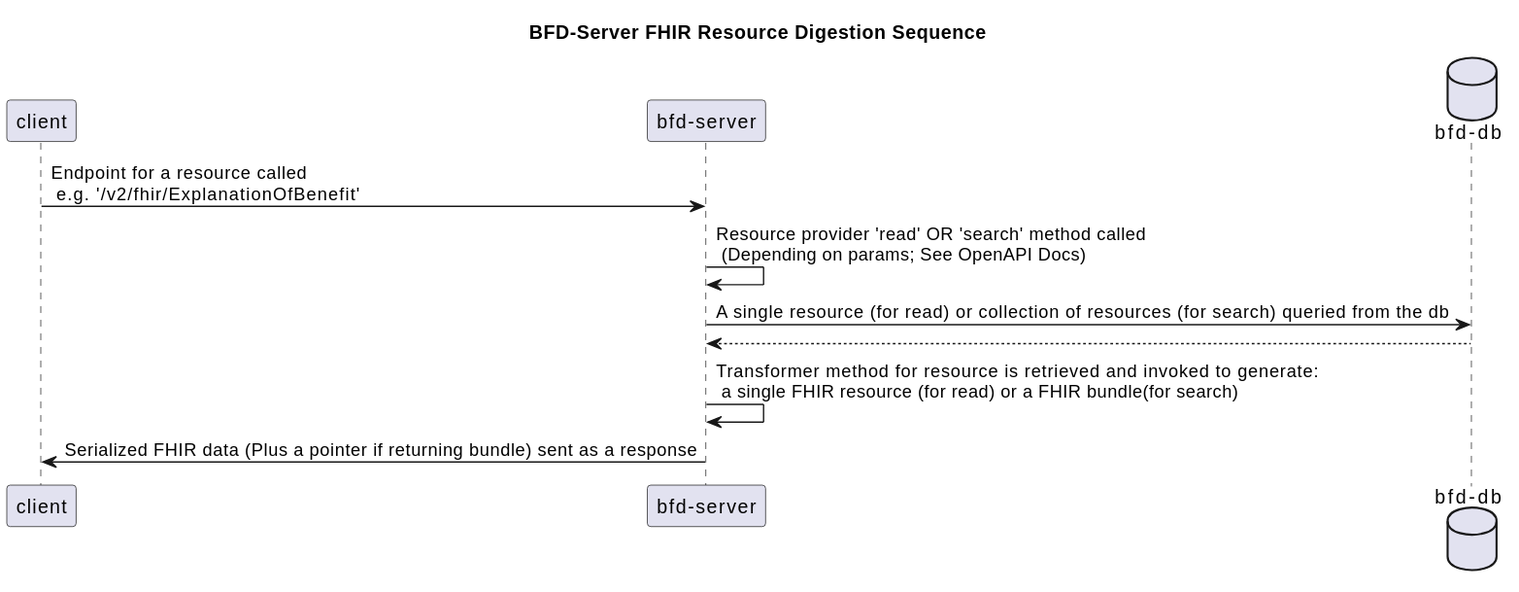
This is docs/assets/fhir-resource-ingestion-digestion-diagrams/bfd-resource-digestion.svg from CMSgov/beneficiary-fhir-data, a PlantUML export, as it was before one commit.
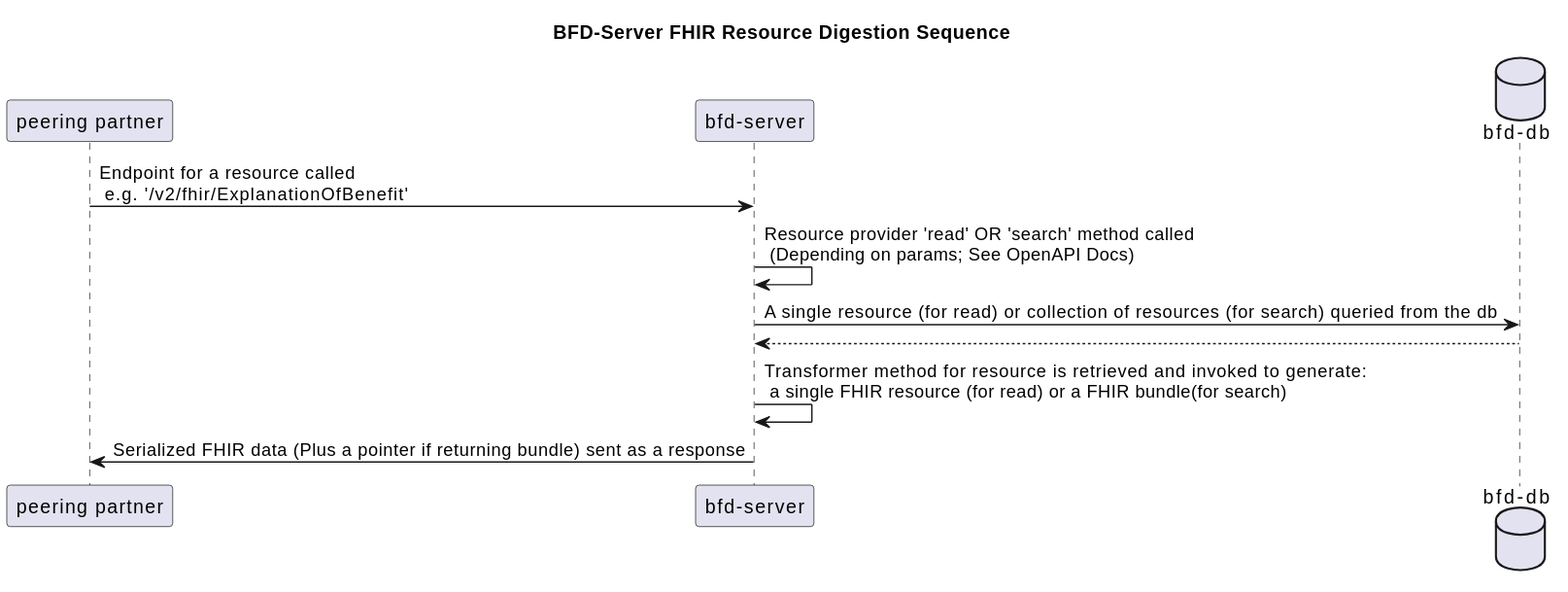
The same file after the commit.

What changed in the source:
```diff
@@ -1,12 +1,12 @@
 @startuml
 title BFD-Server FHIR Resource Digestion Sequence
-participant client
+participant "peering partner"
 participant "bfd-server"
 database "bfd-db"
-client -> "bfd-server": Endpoint for a resource called \n e.g. '/v2/fhir/ExplanationOfBenefit'
+"peering partner" -> "bfd-server": Endpoint for a resource called \n e.g. '/v2/fhir/ExplanationOfBenefit'
 "bfd-server" -> "bfd-server": Resource provider 'read' OR 'search' method called \n (Depending on params; See OpenAPI Docs)
 "bfd-server" -> "bfd-db": A single resource (for read) or collection of resources (for search) queried from the db
 "bfd-db" --> "bfd-server"
 "bfd-server" -> "bfd-server": Transformer method for resource is retrieved and invoked to generate: \n a single FHIR resource (for read) or a FHIR bundle(for search)
-"bfd-server" -> client: Serialized FHIR data (Plus a pointer if returning bundle) sent as a response
+"bfd-server" -> "peering partner": Serialized FHIR data (Plus a pointer if returning bundle) sent as a response
 @enduml
```
